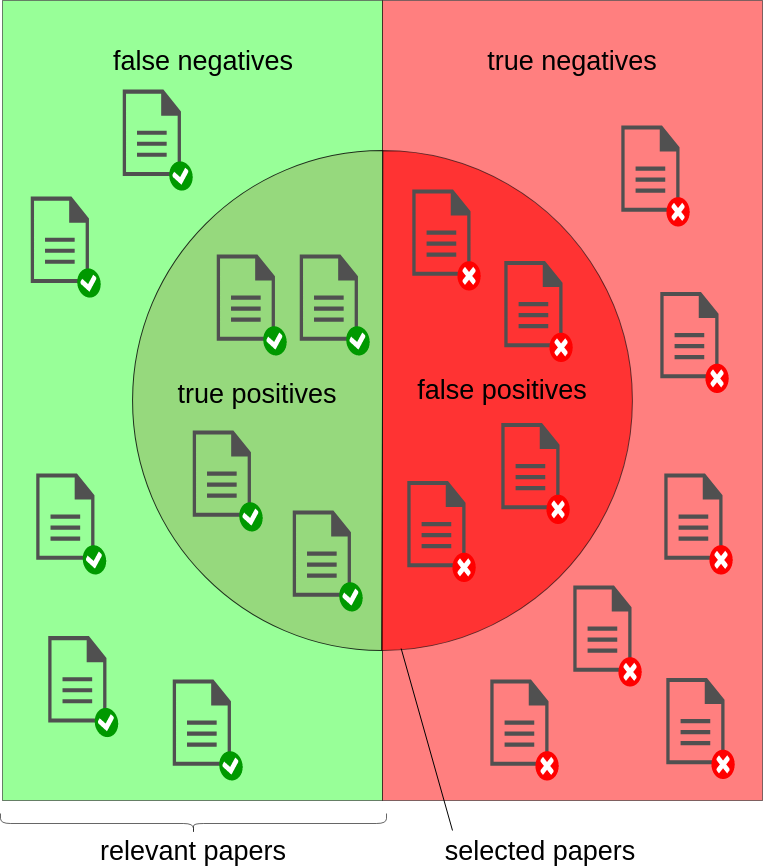
Before: figures/precision_recall.png, a diagram exported from draw.io (thomasmauerhofer/thesis). Source tidied: cells renumbered, new cells last; positions are measured from the earlier drawing's top-left corner, leaving out a move shared by most shapes. The source it was exported from:
```xml
<mxGraphModel>
  <root>
    <mxCell id="0" />
    <mxCell id="1" parent="0" />
    <mxCell id="2" style="rounded=0;whiteSpace=wrap;html=1;fillColor=#33FF33;opacity=50;" parent="1" vertex="1">
      <mxGeometry width="380" height="800" as="geometry" />
    </mxCell>
    <mxCell id="3" style="rounded=0;whiteSpace=wrap;html=1;fillColor=#FF0000;opacity=50;" parent="1" vertex="1">
      <mxGeometry x="380" width="380" height="800" as="geometry" />
    </mxCell>
    <mxCell id="4" style="group;" parent="1" vertex="1">
      <mxGeometry x="130" y="150" width="500" height="500" as="geometry" />
    </mxCell>
    <mxCell id="5" style="group;rotation=0;" parent="4" vertex="1">
      <mxGeometry width="500" height="499.9" as="geometry" />
    </mxCell>
    <mxCell id="6" style="verticalLabelPosition=bottom;verticalAlign=top;html=1;shape=mxgraph.basic.pie;startAngle=0.20570723360854762;endAngle=0.7059285894367393;fillColor=#FF0000;gradientColor=none;opacity=60;rotation=286;" parent="5" vertex="1">
      <mxGeometry width="500" height="499.9" as="geometry" />
    </mxCell>
    <mxCell id="7" style="group;" parent="5" vertex="1">
      <mxGeometry x="279.8" y="38.9" width="68.4" height="101.2" as="geometry" />
    </mxCell>
    <mxCell id="8" style="shadow=0;dashed=0;html=1;strokeColor=none;fillColor=#505050;labelPosition=center;verticalLabelPosition=bottom;verticalAlign=top;align=center;shape=mxgraph.office.concepts.document;" parent="7" vertex="1">
      <mxGeometry width="58.2" height="86.4" as="geometry" />
    </mxCell>
    <mxCell id="9" style="shadow=0;dashed=0;html=1;strokeColor=none;fillColor=#FF0000;labelPosition=center;verticalLabelPosition=bottom;verticalAlign=top;align=center;shape=mxgraph.veeam.failed;" parent="7" vertex="1">
      <mxGeometry x="45.1" y="71.7" width="23.3" height="29.4" as="geometry" />
    </mxCell>
    <mxCell id="10" style="group;" parent="5" vertex="1">
      <mxGeometry x="371.8" y="110.4" width="68.4" height="101.2" as="geometry" />
    </mxCell>
    <mxCell id="11" style="group;" parent="10" vertex="1">
      <mxGeometry width="68.4" height="101.2" as="geometry" />
    </mxCell>
    <mxCell id="12" style="shadow=0;dashed=0;html=1;strokeColor=none;fillColor=#505050;labelPosition=center;verticalLabelPosition=bottom;verticalAlign=top;align=center;shape=mxgraph.office.concepts.document;" parent="11" vertex="1">
      <mxGeometry width="58.2" height="86.4" as="geometry" />
    </mxCell>
    <mxCell id="13" style="shadow=0;dashed=0;html=1;strokeColor=none;fillColor=#FF0000;labelPosition=center;verticalLabelPosition=bottom;verticalAlign=top;align=center;shape=mxgraph.veeam.failed;" parent="11" vertex="1">
      <mxGeometry x="45.1" y="71.7" width="23.3" height="29.4" as="geometry" />
    </mxCell>
    <mxCell id="14" style="group;" parent="5" vertex="1">
      <mxGeometry x="274.8" y="330.4" width="68.4" height="101.2" as="geometry" />
    </mxCell>
    <mxCell id="15" style="shadow=0;dashed=0;html=1;strokeColor=none;fillColor=#505050;labelPosition=center;verticalLabelPosition=bottom;verticalAlign=top;align=center;shape=mxgraph.office.concepts.document;" parent="14" vertex="1">
      <mxGeometry width="58.2" height="86.4" as="geometry" />
    </mxCell>
    <mxCell id="16" style="shadow=0;dashed=0;html=1;strokeColor=none;fillColor=#FF0000;labelPosition=center;verticalLabelPosition=bottom;verticalAlign=top;align=center;shape=mxgraph.veeam.failed;" parent="14" vertex="1">
      <mxGeometry x="45.1" y="71.7" width="23.3" height="29.4" as="geometry" />
    </mxCell>
    <mxCell id="17" style="group;" parent="5" vertex="1">
      <mxGeometry x="368.8" y="272.4" width="68.4" height="101.2" as="geometry" />
    </mxCell>
    <mxCell id="18" style="shadow=0;dashed=0;html=1;strokeColor=none;fillColor=#505050;labelPosition=center;verticalLabelPosition=bottom;verticalAlign=top;align=center;shape=mxgraph.office.concepts.document;" parent="17" vertex="1">
      <mxGeometry width="58.2" height="86.4" as="geometry" />
    </mxCell>
    <mxCell id="19" style="shadow=0;dashed=0;html=1;strokeColor=none;fillColor=#FF0000;labelPosition=center;verticalLabelPosition=bottom;verticalAlign=top;align=center;shape=mxgraph.veeam.failed;" parent="17" vertex="1">
      <mxGeometry x="45.1" y="71.7" width="23.3" height="29.4" as="geometry" />
    </mxCell>
    <mxCell id="20" style="verticalLabelPosition=bottom;verticalAlign=top;html=1;shape=mxgraph.basic.pie;startAngle=0.1977780967815204;endAngle=0.697304422754204;fillColor=#97D077;gradientColor=none;opacity=80;rotation=109;" parent="4" vertex="1">
      <mxGeometry y="0.1" width="500" height="499.9" as="geometry" />
    </mxCell>
    <mxCell id="21" value="&lt;font style=&quot;font-size: 27px&quot;&gt;true positives&lt;/font&gt;" style="text;html=1;strokeColor=none;fillColor=none;align=center;verticalAlign=middle;whiteSpace=wrap;rounded=0;opacity=80;" parent="4" vertex="1">
      <mxGeometry x="40" y="229" width="170" height="27" as="geometry" />
    </mxCell>
    <mxCell id="22" value="&lt;font style=&quot;font-size: 27px&quot;&gt;false positives&lt;/font&gt;&lt;br&gt;" style="text;html=1;strokeColor=none;fillColor=none;align=center;verticalAlign=middle;whiteSpace=wrap;rounded=0;opacity=80;" parent="4" vertex="1">
      <mxGeometry x="280" y="229" width="180" height="20" as="geometry" />
    </mxCell>
    <mxCell id="23" style="group;" parent="4" vertex="1">
      <mxGeometry x="160.2" y="359.9" width="69.9" height="101.2" as="geometry" />
    </mxCell>
    <mxCell id="24" style="group;" parent="23" vertex="1">
      <mxGeometry width="69.9" height="101.2" as="geometry" />
    </mxCell>
    <mxCell id="25" style="shadow=0;dashed=0;html=1;strokeColor=none;fillColor=#505050;labelPosition=center;verticalLabelPosition=bottom;verticalAlign=top;align=center;shape=mxgraph.office.concepts.document;" parent="24" vertex="1">
      <mxGeometry width="58.2" height="86.4" as="geometry" />
    </mxCell>
    <mxCell id="26" style="shadow=0;dashed=0;html=1;strokeColor=none;fillColor=#009900;labelPosition=center;verticalLabelPosition=bottom;verticalAlign=top;align=center;shape=mxgraph.veeam.checked;rotation=350;" parent="24" vertex="1">
      <mxGeometry x="46.6" y="71.7" width="23.3" height="29.4" as="geometry" />
    </mxCell>
    <mxCell id="27" style="group;" parent="4" vertex="1">
      <mxGeometry x="60.2" y="279.9" width="69.9" height="101.2" as="geometry" />
    </mxCell>
    <mxCell id="28" style="group;" parent="27" vertex="1">
      <mxGeometry width="69.9" height="101.2" as="geometry" />
    </mxCell>
    <mxCell id="29" style="shadow=0;dashed=0;html=1;strokeColor=none;fillColor=#505050;labelPosition=center;verticalLabelPosition=bottom;verticalAlign=top;align=center;shape=mxgraph.office.concepts.document;" parent="28" vertex="1">
      <mxGeometry width="58.2" height="86.4" as="geometry" />
    </mxCell>
    <mxCell id="30" style="shadow=0;dashed=0;html=1;strokeColor=none;fillColor=#009900;labelPosition=center;verticalLabelPosition=bottom;verticalAlign=top;align=center;shape=mxgraph.veeam.checked;rotation=350;" parent="28" vertex="1">
      <mxGeometry x="46.6" y="71.7" width="23.3" height="29.4" as="geometry" />
    </mxCell>
    <mxCell id="31" style="group;" parent="4" vertex="1">
      <mxGeometry x="84.2" y="103.9" width="69.9" height="101.2" as="geometry" />
    </mxCell>
    <mxCell id="32" style="group;" parent="31" vertex="1">
      <mxGeometry width="69.9" height="101.2" as="geometry" />
    </mxCell>
    <mxCell id="33" style="shadow=0;dashed=0;html=1;strokeColor=none;fillColor=#505050;labelPosition=center;verticalLabelPosition=bottom;verticalAlign=top;align=center;shape=mxgraph.office.concepts.document;" parent="32" vertex="1">
      <mxGeometry width="58.2" height="86.4" as="geometry" />
    </mxCell>
    <mxCell id="34" style="shadow=0;dashed=0;html=1;strokeColor=none;fillColor=#009900;labelPosition=center;verticalLabelPosition=bottom;verticalAlign=top;align=center;shape=mxgraph.veeam.checked;rotation=350;" parent="32" vertex="1">
      <mxGeometry x="46.6" y="71.7" width="23.3" height="29.4" as="geometry" />
    </mxCell>
    <mxCell id="35" style="group;" parent="4" vertex="1">
      <mxGeometry x="167.2" y="103.9" width="69.9" height="101.2" as="geometry" />
    </mxCell>
    <mxCell id="36" style="group;" parent="35" vertex="1">
      <mxGeometry width="69.9" height="101.2" as="geometry" />
    </mxCell>
    <mxCell id="37" style="shadow=0;dashed=0;html=1;strokeColor=none;fillColor=#505050;labelPosition=center;verticalLabelPosition=bottom;verticalAlign=top;align=center;shape=mxgraph.office.concepts.document;" parent="36" vertex="1">
      <mxGeometry width="58.2" height="86.4" as="geometry" />
    </mxCell>
    <mxCell id="38" style="shadow=0;dashed=0;html=1;strokeColor=none;fillColor=#009900;labelPosition=center;verticalLabelPosition=bottom;verticalAlign=top;align=center;shape=mxgraph.veeam.checked;rotation=350;" parent="36" vertex="1">
      <mxGeometry x="46.6" y="71.7" width="23.3" height="29.4" as="geometry" />
    </mxCell>
    <mxCell id="39" value="&lt;font style=&quot;font-size: 27px&quot;&gt;false negatives&lt;/font&gt;" style="text;html=1;strokeColor=none;fillColor=none;align=center;verticalAlign=middle;whiteSpace=wrap;rounded=0;opacity=80;" parent="1" vertex="1">
      <mxGeometry x="40" y="40" width="320" height="40" as="geometry" />
    </mxCell>
    <mxCell id="40" value="&lt;font style=&quot;font-size: 27px&quot;&gt;true negatives&lt;/font&gt;" style="text;html=1;strokeColor=none;fillColor=none;align=center;verticalAlign=middle;whiteSpace=wrap;rounded=0;opacity=80;" parent="1" vertex="1">
      <mxGeometry x="410" y="40" width="320" height="40" as="geometry" />
    </mxCell>
    <mxCell id="41" style="group;" parent="1" vertex="1">
      <mxGeometry x="33.7" y="472.9" width="69.9" height="101.2" as="geometry" />
    </mxCell>
    <mxCell id="42" style="group;" parent="41" vertex="1">
      <mxGeometry width="69.9" height="101.2" as="geometry" />
    </mxCell>
    <mxCell id="43" style="shadow=0;dashed=0;html=1;strokeColor=none;fillColor=#505050;labelPosition=center;verticalLabelPosition=bottom;verticalAlign=top;align=center;shape=mxgraph.office.concepts.document;" parent="42" vertex="1">
      <mxGeometry width="58.2" height="86.4" as="geometry" />
    </mxCell>
    <mxCell id="44" style="shadow=0;dashed=0;html=1;strokeColor=none;fillColor=#009900;labelPosition=center;verticalLabelPosition=bottom;verticalAlign=top;align=center;shape=mxgraph.veeam.checked;rotation=350;" parent="42" vertex="1">
      <mxGeometry x="46.6" y="71.7" width="23.3" height="29.4" as="geometry" />
    </mxCell>
    <mxCell id="45" style="group;" parent="1" vertex="1">
      <mxGeometry x="170.2" y="678.9" width="69.9" height="101.2" as="geometry" />
    </mxCell>
    <mxCell id="46" style="group;" parent="45" vertex="1">
      <mxGeometry width="69.9" height="101.2" as="geometry" />
    </mxCell>
    <mxCell id="47" style="shadow=0;dashed=0;html=1;strokeColor=none;fillColor=#505050;labelPosition=center;verticalLabelPosition=bottom;verticalAlign=top;align=center;shape=mxgraph.office.concepts.document;" parent="46" vertex="1">
      <mxGeometry width="58.2" height="86.4" as="geometry" />
    </mxCell>
    <mxCell id="48" style="shadow=0;dashed=0;html=1;strokeColor=none;fillColor=#009900;labelPosition=center;verticalLabelPosition=bottom;verticalAlign=top;align=center;shape=mxgraph.veeam.checked;rotation=350;" parent="46" vertex="1">
      <mxGeometry x="46.6" y="71.7" width="23.3" height="29.4" as="geometry" />
    </mxCell>
    <mxCell id="49" style="group;" parent="1" vertex="1">
      <mxGeometry x="28.2" y="196.1" width="69.9" height="101.2" as="geometry" />
    </mxCell>
    <mxCell id="50" style="group;" parent="49" vertex="1">
      <mxGeometry width="69.9" height="101.2" as="geometry" />
    </mxCell>
    <mxCell id="51" style="shadow=0;dashed=0;html=1;strokeColor=none;fillColor=#505050;labelPosition=center;verticalLabelPosition=bottom;verticalAlign=top;align=center;shape=mxgraph.office.concepts.document;" parent="50" vertex="1">
      <mxGeometry width="58.2" height="86.4" as="geometry" />
    </mxCell>
    <mxCell id="52" style="shadow=0;dashed=0;html=1;strokeColor=none;fillColor=#009900;labelPosition=center;verticalLabelPosition=bottom;verticalAlign=top;align=center;shape=mxgraph.veeam.checked;rotation=350;" parent="50" vertex="1">
      <mxGeometry x="46.6" y="71.7" width="23.3" height="29.4" as="geometry" />
    </mxCell>
    <mxCell id="53" style="group;" parent="1" vertex="1">
      <mxGeometry x="45.7" y="635.6" width="69.9" height="101.2" as="geometry" />
    </mxCell>
    <mxCell id="54" style="group;" parent="53" vertex="1">
      <mxGeometry width="69.9" height="101.2" as="geometry" />
    </mxCell>
    <mxCell id="55" style="shadow=0;dashed=0;html=1;strokeColor=none;fillColor=#505050;labelPosition=center;verticalLabelPosition=bottom;verticalAlign=top;align=center;shape=mxgraph.office.concepts.document;" parent="54" vertex="1">
      <mxGeometry width="58.2" height="86.4" as="geometry" />
    </mxCell>
    <mxCell id="56" style="shadow=0;dashed=0;html=1;strokeColor=none;fillColor=#009900;labelPosition=center;verticalLabelPosition=bottom;verticalAlign=top;align=center;shape=mxgraph.veeam.checked;rotation=350;" parent="54" vertex="1">
      <mxGeometry x="46.6" y="71.7" width="23.3" height="29.4" as="geometry" />
    </mxCell>
    <mxCell id="57" style="group;" parent="1" vertex="1">
      <mxGeometry x="120.2" y="89.1" width="69.9" height="101.2" as="geometry" />
    </mxCell>
    <mxCell id="58" style="group;" parent="57" vertex="1">
      <mxGeometry width="69.9" height="101.2" as="geometry" />
    </mxCell>
    <mxCell id="59" style="shadow=0;dashed=0;html=1;strokeColor=none;fillColor=#505050;labelPosition=center;verticalLabelPosition=bottom;verticalAlign=top;align=center;shape=mxgraph.office.concepts.document;" parent="58" vertex="1">
      <mxGeometry width="58.2" height="86.4" as="geometry" />
    </mxCell>
    <mxCell id="60" style="shadow=0;dashed=0;html=1;strokeColor=none;fillColor=#009900;labelPosition=center;verticalLabelPosition=bottom;verticalAlign=top;align=center;shape=mxgraph.veeam.checked;rotation=350;" parent="58" vertex="1">
      <mxGeometry x="46.6" y="71.7" width="23.3" height="29.4" as="geometry" />
    </mxCell>
    <mxCell id="61" style="group;" parent="1" vertex="1">
      <mxGeometry x="663.8" y="677.4" width="68.4" height="101.2" as="geometry" />
    </mxCell>
    <mxCell id="62" style="shadow=0;dashed=0;html=1;strokeColor=none;fillColor=#505050;labelPosition=center;verticalLabelPosition=bottom;verticalAlign=top;align=center;shape=mxgraph.office.concepts.document;" parent="61" vertex="1">
      <mxGeometry width="58.2" height="86.4" as="geometry" />
    </mxCell>
    <mxCell id="63" style="shadow=0;dashed=0;html=1;strokeColor=none;fillColor=#FF0000;labelPosition=center;verticalLabelPosition=bottom;verticalAlign=top;align=center;shape=mxgraph.veeam.failed;" parent="61" vertex="1">
      <mxGeometry x="45.1" y="71.7" width="23.3" height="29.4" as="geometry" />
    </mxCell>
    <mxCell id="64" style="group;" parent="1" vertex="1">
      <mxGeometry x="570.8" y="584.9" width="68.4" height="101.2" as="geometry" />
    </mxCell>
    <mxCell id="65" style="shadow=0;dashed=0;html=1;strokeColor=none;fillColor=#505050;labelPosition=center;verticalLabelPosition=bottom;verticalAlign=top;align=center;shape=mxgraph.office.concepts.document;" parent="64" vertex="1">
      <mxGeometry width="58.2" height="86.4" as="geometry" />
    </mxCell>
    <mxCell id="66" style="shadow=0;dashed=0;html=1;strokeColor=none;fillColor=#FF0000;labelPosition=center;verticalLabelPosition=bottom;verticalAlign=top;align=center;shape=mxgraph.veeam.failed;" parent="64" vertex="1">
      <mxGeometry x="45.1" y="71.7" width="23.3" height="29.4" as="geometry" />
    </mxCell>
    <mxCell id="67" style="group;" parent="1" vertex="1">
      <mxGeometry x="487.8" y="678.9" width="68.4" height="101.2" as="geometry" />
    </mxCell>
    <mxCell id="68" style="shadow=0;dashed=0;html=1;strokeColor=none;fillColor=#505050;labelPosition=center;verticalLabelPosition=bottom;verticalAlign=top;align=center;shape=mxgraph.office.concepts.document;" parent="67" vertex="1">
      <mxGeometry width="58.2" height="86.4" as="geometry" />
    </mxCell>
    <mxCell id="69" style="shadow=0;dashed=0;html=1;strokeColor=none;fillColor=#FF0000;labelPosition=center;verticalLabelPosition=bottom;verticalAlign=top;align=center;shape=mxgraph.veeam.failed;" parent="67" vertex="1">
      <mxGeometry x="45.1" y="71.7" width="23.3" height="29.4" as="geometry" />
    </mxCell>
    <mxCell id="70" style="group;" parent="1" vertex="1">
      <mxGeometry x="618.8" y="124.9" width="68.4" height="101.2" as="geometry" />
    </mxCell>
    <mxCell id="71" style="group;" parent="70" vertex="1">
      <mxGeometry width="68.4" height="101.2" as="geometry" />
    </mxCell>
    <mxCell id="72" style="shadow=0;dashed=0;html=1;strokeColor=none;fillColor=#505050;labelPosition=center;verticalLabelPosition=bottom;verticalAlign=top;align=center;shape=mxgraph.office.concepts.document;" parent="71" vertex="1">
      <mxGeometry width="58.2" height="86.4" as="geometry" />
    </mxCell>
    <mxCell id="73" style="shadow=0;dashed=0;html=1;strokeColor=none;fillColor=#FF0000;labelPosition=center;verticalLabelPosition=bottom;verticalAlign=top;align=center;shape=mxgraph.veeam.failed;" parent="71" vertex="1">
      <mxGeometry x="45.1" y="71.7" width="23.3" height="29.4" as="geometry" />
    </mxCell>
    <mxCell id="74" style="group;" parent="1" vertex="1">
      <mxGeometry x="657.8" y="291.4" width="68.4" height="101.2" as="geometry" />
    </mxCell>
    <mxCell id="75" style="group;" parent="74" vertex="1">
      <mxGeometry width="68.4" height="101.2" as="geometry" />
    </mxCell>
    <mxCell id="76" style="group;" parent="75" vertex="1">
      <mxGeometry width="68.4" height="101.2" as="geometry" />
    </mxCell>
    <mxCell id="77" style="shadow=0;dashed=0;html=1;strokeColor=none;fillColor=#505050;labelPosition=center;verticalLabelPosition=bottom;verticalAlign=top;align=center;shape=mxgraph.office.concepts.document;" parent="76" vertex="1">
      <mxGeometry width="58.2" height="86.4" as="geometry" />
    </mxCell>
    <mxCell id="78" style="shadow=0;dashed=0;html=1;strokeColor=none;fillColor=#FF0000;labelPosition=center;verticalLabelPosition=bottom;verticalAlign=top;align=center;shape=mxgraph.veeam.failed;" parent="76" vertex="1">
      <mxGeometry x="45.1" y="71.7" width="23.3" height="29.4" as="geometry" />
    </mxCell>
    <mxCell id="79" style="group;" parent="1" vertex="1">
      <mxGeometry x="661.8" y="472.9" width="68.4" height="101.2" as="geometry" />
    </mxCell>
    <mxCell id="80" style="shadow=0;dashed=0;html=1;strokeColor=none;fillColor=#505050;labelPosition=center;verticalLabelPosition=bottom;verticalAlign=top;align=center;shape=mxgraph.office.concepts.document;" parent="79" vertex="1">
      <mxGeometry width="58.2" height="86.4" as="geometry" />
    </mxCell>
    <mxCell id="81" style="shadow=0;dashed=0;html=1;strokeColor=none;fillColor=#FF0000;labelPosition=center;verticalLabelPosition=bottom;verticalAlign=top;align=center;shape=mxgraph.veeam.failed;" parent="79" vertex="1">
      <mxGeometry x="45.1" y="71.7" width="23.3" height="29.4" as="geometry" />
    </mxCell>
    <mxCell id="82" style="shape=curlyBracket;whiteSpace=wrap;html=1;rounded=1;fillColor=#FF0000;gradientColor=none;opacity=60;rotation=-90;" parent="1" vertex="1">
      <mxGeometry x="181" y="630" width="20" height="386" as="geometry" />
    </mxCell>
    <mxCell id="83" value="&lt;span style=&quot;font-size: 27px&quot;&gt;relevant papers&lt;br&gt;&lt;/span&gt;" style="text;html=1;strokeColor=none;fillColor=none;align=center;verticalAlign=middle;whiteSpace=wrap;rounded=0;opacity=60;" parent="1" vertex="1">
      <mxGeometry y="840" width="380" height="20" as="geometry" />
    </mxCell>
    <mxCell id="84" style="endArrow=none;html=1;strokeWidth=1;entryX=0.034;entryY=0.673;entryDx=0;entryDy=0;entryPerimeter=0;" parent="1" edge="1" target="6">
      <mxGeometry relative="1" as="geometry">
        <mxPoint x="450" y="830" as="sourcePoint" />
      </mxGeometry>
    </mxCell>
    <mxCell id="85" value="&lt;span style=&quot;font-size: 27px&quot;&gt;selected papers&lt;/span&gt;" style="text;html=1;strokeColor=none;fillColor=none;align=center;verticalAlign=middle;whiteSpace=wrap;rounded=0;opacity=60;" parent="1" vertex="1">
      <mxGeometry x="404" y="840" width="266" height="20" as="geometry" />
    </mxCell>
  </root>
</mxGraphModel>
```
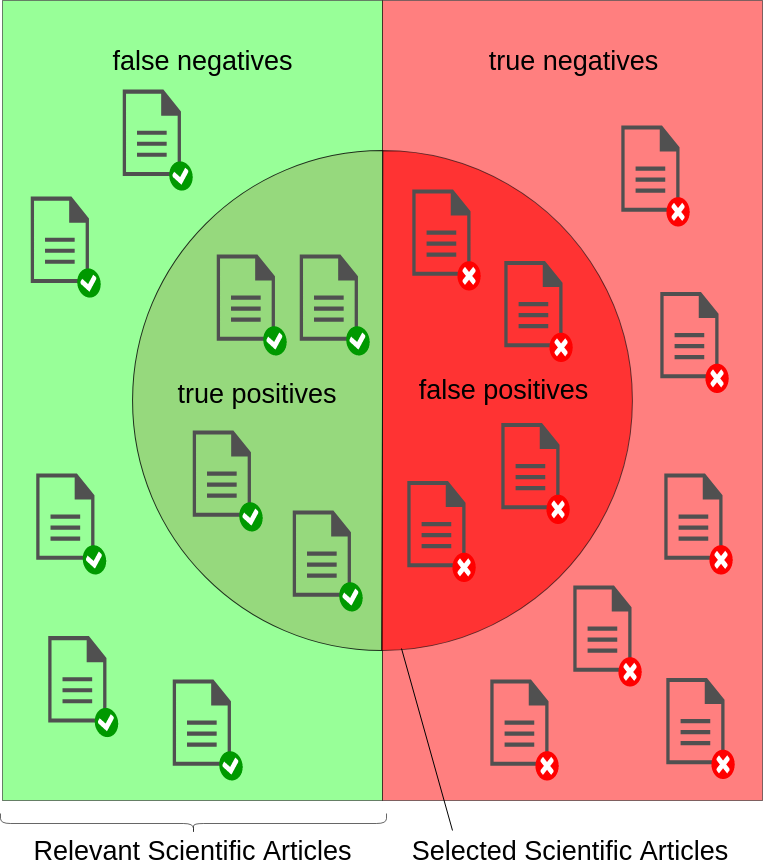
After the commit.

Diff of the diagram source:
```diff
@@ -245,7 +245,7 @@
     <mxCell id="82" style="shape=curlyBracket;whiteSpace=wrap;html=1;rounded=1;fillColor=#FF0000;gradientColor=none;opacity=60;rotation=-90;" parent="1" vertex="1">
       <mxGeometry x="181" y="630" width="20" height="386" as="geometry" />
     </mxCell>
-    <mxCell id="83" value="&lt;span style=&quot;font-size: 27px&quot;&gt;relevant papers&lt;br&gt;&lt;/span&gt;" style="text;html=1;strokeColor=none;fillColor=none;align=center;verticalAlign=middle;whiteSpace=wrap;rounded=0;opacity=60;" parent="1" vertex="1">
+    <mxCell id="83" value="&lt;span style=&quot;font-size: 27px&quot;&gt;Relevant Scientific Articles&lt;br&gt;&lt;/span&gt;" style="text;html=1;strokeColor=none;fillColor=none;align=center;verticalAlign=middle;whiteSpace=wrap;rounded=0;opacity=60;" parent="1" vertex="1">
       <mxGeometry y="840" width="380" height="20" as="geometry" />
     </mxCell>
     <mxCell id="84" style="endArrow=none;html=1;strokeWidth=1;entryX=0.034;entryY=0.673;entryDx=0;entryDy=0;entryPerimeter=0;" parent="1" edge="1" target="6">
@@ -253,8 +253,8 @@
         <mxPoint x="450" y="830" as="sourcePoint" />
       </mxGeometry>
     </mxCell>
-    <mxCell id="85" value="&lt;span style=&quot;font-size: 27px&quot;&gt;selected papers&lt;/span&gt;" style="text;html=1;strokeColor=none;fillColor=none;align=center;verticalAlign=middle;whiteSpace=wrap;rounded=0;opacity=60;" parent="1" vertex="1">
-      <mxGeometry x="404" y="840" width="266" height="20" as="geometry" />
+    <mxCell id="85" value="&lt;span style=&quot;font-size: 27px&quot;&gt;Selected Scientific Articles&lt;/span&gt;" style="text;html=1;strokeColor=none;fillColor=none;align=center;verticalAlign=middle;whiteSpace=wrap;rounded=0;opacity=60;" parent="1" vertex="1">
+      <mxGeometry x="404" y="840" width="326" height="20" as="geometry" />
     </mxCell>
   </root>
 </mxGraphModel>
```
